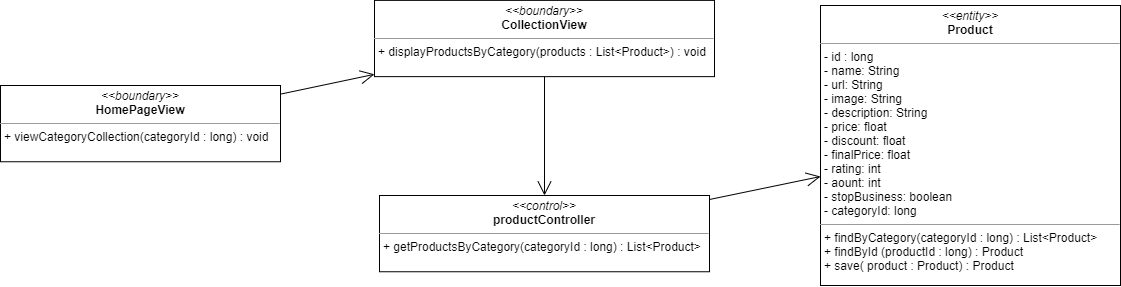
This is image-class/get-product-by-category-class-digram.png from nguyenphamvan/datn_20202, a draw.io export, as it was before one commit. Source tidied: cells renumbered, new cells last; positions are measured from the earlier drawing's top-left corner, leaving out a move shared by most shapes.
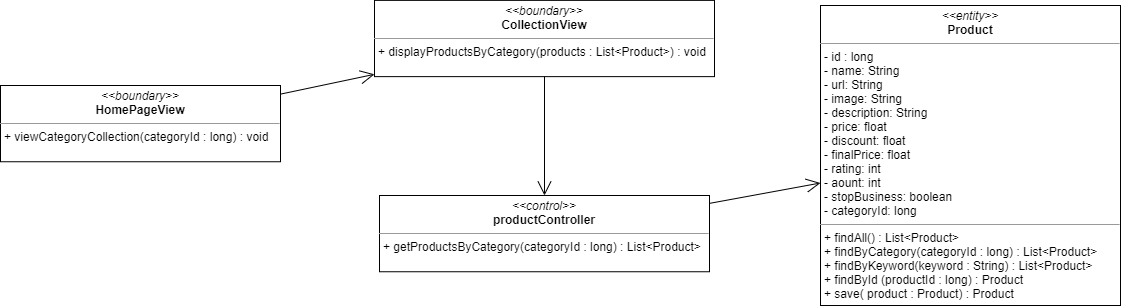
Above is the later version.

Diff of the diagram source:
```diff
@@ -5,8 +5,8 @@
     <mxCell id="2" value="&lt;p style=&quot;margin: 0px ; margin-top: 4px ; text-align: center&quot;&gt;&lt;i&gt;&amp;lt;&amp;lt;boundary&amp;gt;&amp;gt;&lt;/i&gt;&lt;br&gt;&lt;b&gt;CollectionView&lt;/b&gt;&lt;/p&gt;&lt;hr size=&quot;1&quot;&gt;&lt;p style=&quot;margin: 0px ; margin-left: 4px&quot;&gt;&lt;span&gt;+ displayProductsByCategory(products : List&amp;lt;Product&amp;gt;) : void&lt;/span&gt;&lt;br&gt;&lt;/p&gt;" style="verticalAlign=top;align=left;overflow=fill;fontSize=12;fontFamily=Helvetica;html=1;" parent="1" vertex="1">
       <mxGeometry x="374" y="-0.1" width="340" height="76.2" as="geometry" />
     </mxCell>
-    <mxCell id="3" value="&lt;p style=&quot;margin: 0px ; margin-top: 4px ; text-align: center&quot;&gt;&lt;i&gt;&amp;lt;&amp;lt;entity&amp;gt;&amp;gt;&lt;/i&gt;&lt;br&gt;&lt;b&gt;Product&lt;/b&gt;&lt;/p&gt;&lt;hr size=&quot;1&quot;&gt;&lt;p style=&quot;margin: 0px ; margin-left: 4px&quot;&gt;- id : long&lt;/p&gt;&lt;p style=&quot;margin: 0px ; margin-left: 4px&quot;&gt;- name: String&lt;br&gt;- url: String&lt;/p&gt;&lt;p style=&quot;margin: 0px ; margin-left: 4px&quot;&gt;- image: String&lt;/p&gt;&lt;p style=&quot;margin: 0px ; margin-left: 4px&quot;&gt;- description: String&lt;/p&gt;&lt;p style=&quot;margin: 0px ; margin-left: 4px&quot;&gt;- price: float&lt;/p&gt;&lt;p style=&quot;margin: 0px ; margin-left: 4px&quot;&gt;- discount: float&lt;/p&gt;&lt;p style=&quot;margin: 0px ; margin-left: 4px&quot;&gt;- finalPrice: float&lt;/p&gt;&lt;p style=&quot;margin: 0px ; margin-left: 4px&quot;&gt;- rating: int&lt;/p&gt;&lt;p style=&quot;margin: 0px ; margin-left: 4px&quot;&gt;- aount: int&lt;/p&gt;&lt;p style=&quot;margin: 0px ; margin-left: 4px&quot;&gt;- stopBusiness: boolean&lt;/p&gt;&lt;p style=&quot;margin: 0px ; margin-left: 4px&quot;&gt;- categoryId: long&lt;/p&gt;&lt;hr size=&quot;1&quot;&gt;&lt;p style=&quot;margin: 0px ; margin-left: 4px&quot;&gt;+ findByCategory(categoryId : long) : List&amp;lt;Product&amp;gt;&lt;/p&gt;&lt;p style=&quot;margin: 0px ; margin-left: 4px&quot;&gt;+ findById (productId : long) : Product&lt;/p&gt;&lt;p style=&quot;margin: 0px ; margin-left: 4px&quot;&gt;+ save( product : Product) : Product&lt;/p&gt;" style="verticalAlign=top;align=left;overflow=fill;fontSize=12;fontFamily=Helvetica;html=1;" parent="1" vertex="1">
-      <mxGeometry x="820" y="5" width="300" height="280" as="geometry" />
+    <mxCell id="3" value="&lt;p style=&quot;margin: 0px ; margin-top: 4px ; text-align: center&quot;&gt;&lt;i&gt;&amp;lt;&amp;lt;entity&amp;gt;&amp;gt;&lt;/i&gt;&lt;br&gt;&lt;b&gt;Product&lt;/b&gt;&lt;/p&gt;&lt;hr size=&quot;1&quot;&gt;&lt;p style=&quot;margin: 0px ; margin-left: 4px&quot;&gt;- id : long&lt;/p&gt;&lt;p style=&quot;margin: 0px ; margin-left: 4px&quot;&gt;- name: String&lt;br&gt;- url: String&lt;/p&gt;&lt;p style=&quot;margin: 0px ; margin-left: 4px&quot;&gt;- image: String&lt;/p&gt;&lt;p style=&quot;margin: 0px ; margin-left: 4px&quot;&gt;- description: String&lt;/p&gt;&lt;p style=&quot;margin: 0px ; margin-left: 4px&quot;&gt;- price: float&lt;/p&gt;&lt;p style=&quot;margin: 0px ; margin-left: 4px&quot;&gt;- discount: float&lt;/p&gt;&lt;p style=&quot;margin: 0px ; margin-left: 4px&quot;&gt;- finalPrice: float&lt;/p&gt;&lt;p style=&quot;margin: 0px ; margin-left: 4px&quot;&gt;- rating: int&lt;/p&gt;&lt;p style=&quot;margin: 0px ; margin-left: 4px&quot;&gt;- aount: int&lt;/p&gt;&lt;p style=&quot;margin: 0px ; margin-left: 4px&quot;&gt;- stopBusiness: boolean&lt;/p&gt;&lt;p style=&quot;margin: 0px ; margin-left: 4px&quot;&gt;- categoryId: long&lt;/p&gt;&lt;hr size=&quot;1&quot;&gt;&lt;p style=&quot;margin: 0px 0px 0px 4px&quot;&gt;+ findAll() : List&amp;lt;Product&amp;gt;&lt;/p&gt;&lt;p style=&quot;margin: 0px 0px 0px 4px&quot;&gt;+ findByCategory(categoryId : long) : List&amp;lt;Product&amp;gt;&lt;/p&gt;&lt;p style=&quot;margin: 0px 0px 0px 4px&quot;&gt;+ findByKeyword(keyword : String) : List&amp;lt;Product&amp;gt;&lt;/p&gt;&lt;p style=&quot;margin: 0px 0px 0px 4px&quot;&gt;+ findById (productId : long) : Product&lt;/p&gt;&lt;p style=&quot;margin: 0px 0px 0px 4px&quot;&gt;+ save( product : Product) : Product&lt;/p&gt;" style="verticalAlign=top;align=left;overflow=fill;fontSize=12;fontFamily=Helvetica;html=1;" parent="1" vertex="1">
+      <mxGeometry x="820" y="5" width="300" height="300" as="geometry" />
     </mxCell>
     <mxCell id="4" style="endArrow=open;endFill=1;endSize=12;html=1;" parent="1" edge="1" source="5" target="3">
       <mxGeometry relative="1" as="geometry" />
```
